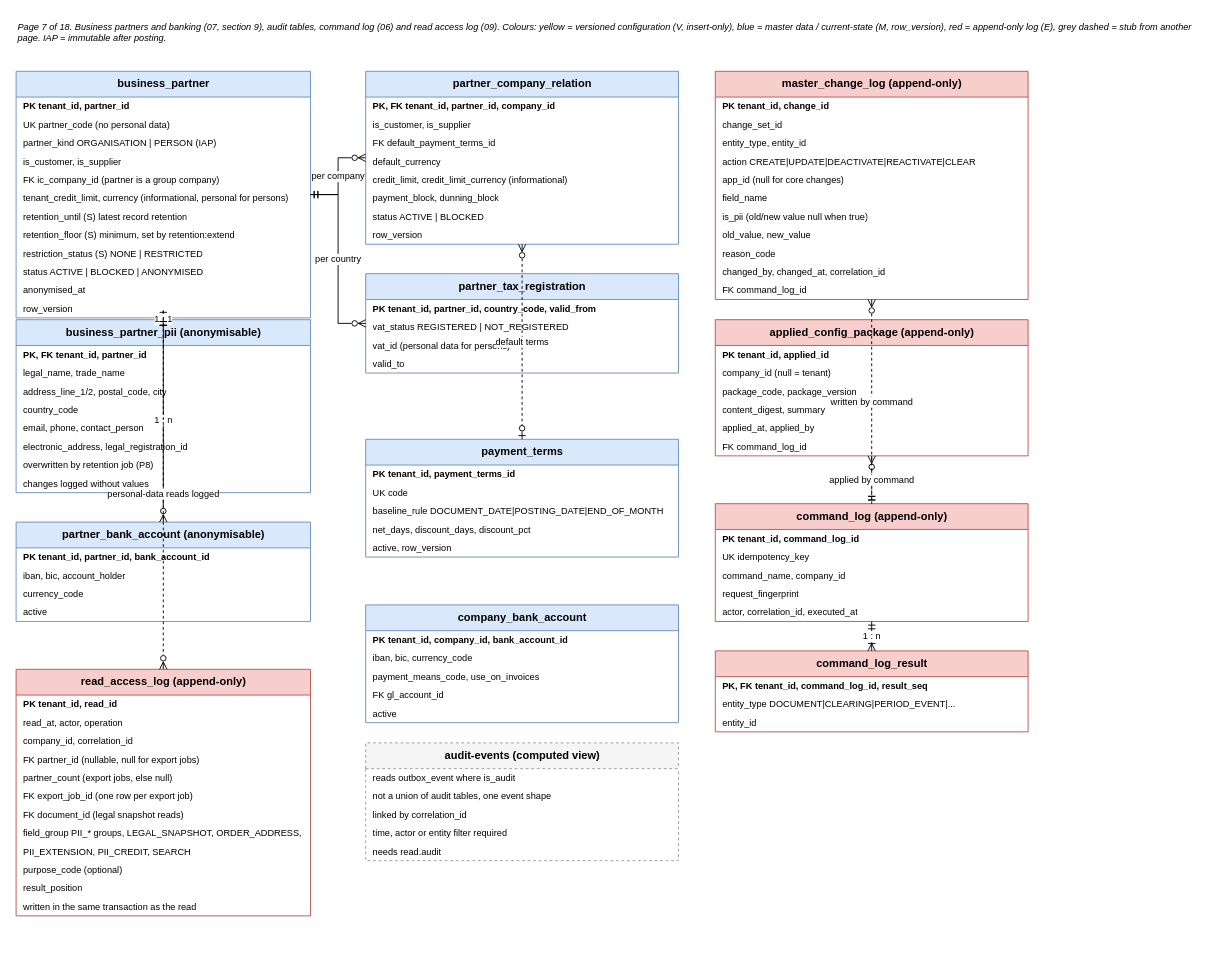
Earlier version of the draw.io diagram page "Partners, audit and command log" (7 of 18) of 02-journal-document-core-erd.drawio (permehlamby/LeanCoreERP). Source tidied: cells renumbered, new cells numbered last; positions are measured from the earlier drawing's top-left corner, leaving out a move shared by most shapes. Both pictures are drawn from the tidied source at 92%, with x=0, y=0 at pixel (16, 16).
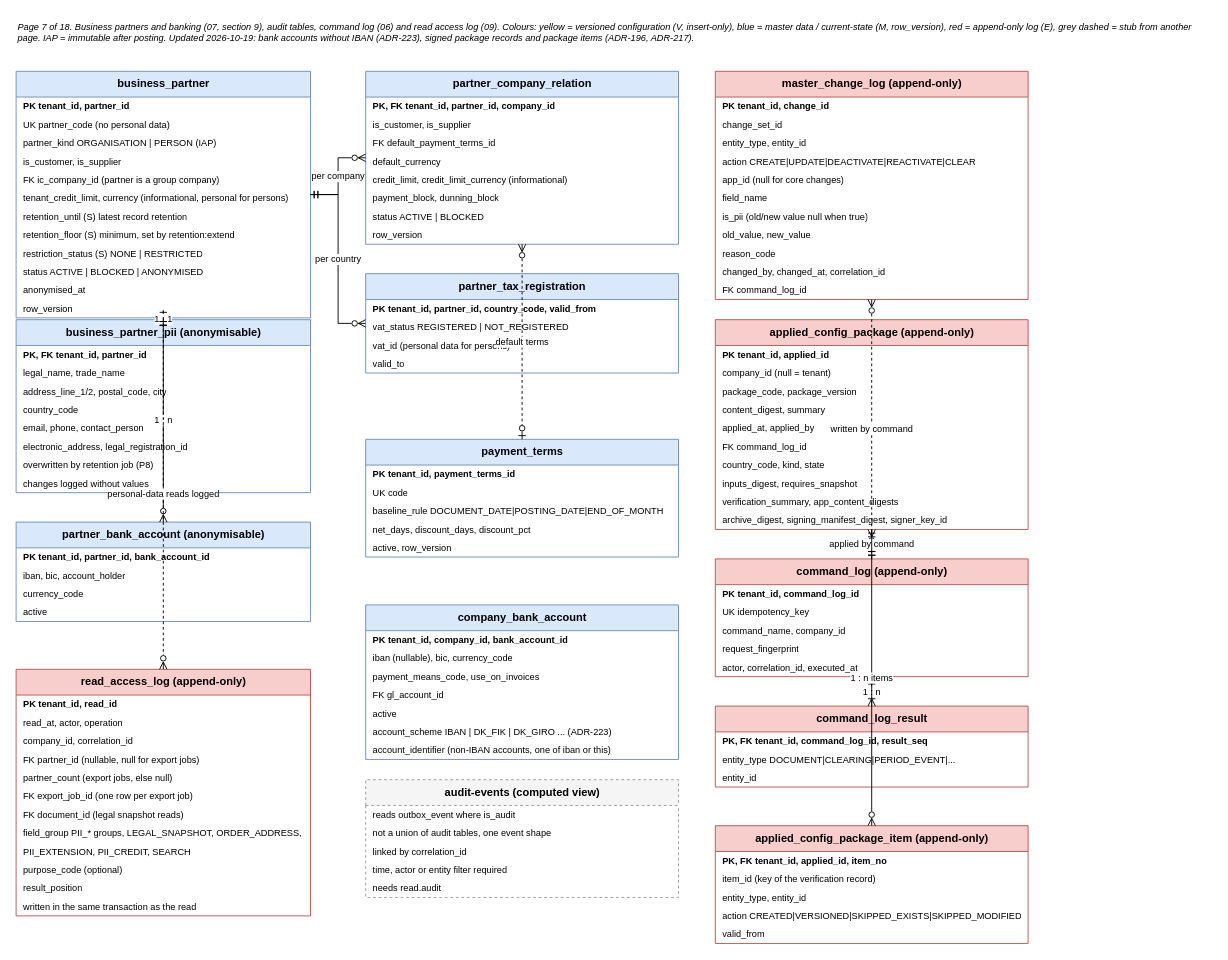
The same diagram, later.

What changed in the source:
```diff
@@
-    <mxCell id="2" value="Page 7 of 18. Business partners and banking (07, section 9), audit tables, command log (06) and read access log (09). Colours: yellow = versioned configuration (V, insert-only), blue = master data / current-state (M, row_version), red = append-only log (E), grey dashed = stub from another page. IAP = immutable after posting." style="text;html=1;align=left;fontSize=10;fontStyle=2;whiteSpace=wrap;" parent="1" vertex="1">
+    <mxCell id="2" value="Page 7 of 18. Business partners and banking (07, section 9), audit tables, command log (06) and read access log (09). Colours: yellow = versioned configuration (V, insert-only), blue = master data / current-state (M, row_version), red = append-only log (E), grey dashed = stub from another page. IAP = immutable after posting. Updated 2026-10-19: bank accounts without IBAN (ADR-223), signed package records and package items (ADR-196, ADR-217)." style="text;html=1;align=left;fontSize=10;fontStyle=2;whiteSpace=wrap;" parent="1" vertex="1">
       <mxGeometry width="1300" height="30" as="geometry" />
     </mxCell>
@@
     <mxCell id="50" value="company_bank_account" style="swimlane;fontStyle=1;horizontal=1;startSize=28;html=1;fillColor=#dae8fc;strokeColor=#6c8ebf;fontSize=12;" parent="1" vertex="1">
-      <mxGeometry x="380" y="640" width="340" height="128" as="geometry" />
+      <mxGeometry x="380" y="640" width="340" height="168" as="geometry" />
     </mxCell>
@@
-    <mxCell id="52" value="iban, bic, currency_code" style="text;strokeColor=none;fillColor=none;align=left;verticalAlign=middle;spacingLeft=6;spacingRight=4;overflow=hidden;html=1;fontSize=10;" parent="50" vertex="1">
+    <mxCell id="52" value="iban (nullable), bic, currency_code" style="text;strokeColor=none;fillColor=none;align=left;verticalAlign=middle;spacingLeft=6;spacingRight=4;overflow=hidden;html=1;fontSize=10;" parent="50" vertex="1">
       <mxGeometry y="48" width="340" height="20" as="geometry" />
     </mxCell>
@@
     <mxCell id="68" value="applied_config_package  (append-only)" style="swimlane;fontStyle=1;horizontal=1;startSize=28;html=1;fillColor=#f8cecc;strokeColor=#b85450;fontSize=12;" parent="1" vertex="1">
-      <mxGeometry x="760" y="330" width="340" height="148" as="geometry" />
+      <mxGeometry x="760" y="330" width="340" height="228" as="geometry" />
     </mxCell>
@@
     <mxCell id="75" value="command_log  (append-only)" style="swimlane;fontStyle=1;horizontal=1;startSize=28;html=1;fillColor=#f8cecc;strokeColor=#b85450;fontSize=12;" parent="1" vertex="1">
-      <mxGeometry x="760" y="530" width="340" height="128" as="geometry" />
+      <mxGeometry x="760" y="590" width="340" height="128" as="geometry" />
     </mxCell>
@@
     <mxCell id="81" value="command_log_result" style="swimlane;fontStyle=1;horizontal=1;startSize=28;html=1;fillColor=#f8cecc;strokeColor=#b85450;fontSize=12;" parent="1" vertex="1">
-      <mxGeometry x="760" y="690" width="340" height="88" as="geometry" />
+      <mxGeometry x="760" y="750" width="340" height="88" as="geometry" />
     </mxCell>
@@
     <mxCell id="106" value="audit-events  (computed view)" style="swimlane;fontStyle=1;horizontal=1;startSize=28;html=1;fillColor=#f5f5f5;strokeColor=#999999;fontSize=12;dashed=1;" parent="1" vertex="1">
-      <mxGeometry x="380" y="790" width="340" height="128" as="geometry" />
+      <mxGeometry x="380" y="830" width="340" height="128" as="geometry" />
     </mxCell>
@@
+    <mxCell id="113" value="account_scheme  IBAN | DK_FIK | DK_GIRO ...  (ADR-223)" style="text;strokeColor=none;fillColor=none;align=left;verticalAlign=middle;spacingLeft=6;spacingRight=4;overflow=hidden;html=1;fontSize=10;" parent="50" vertex="1">
+      <mxGeometry y="128" width="340" height="20" as="geometry" />
+    </mxCell>
+    <mxCell id="114" value="account_identifier  (non-IBAN accounts, one of iban or this)" style="text;strokeColor=none;fillColor=none;align=left;verticalAlign=middle;spacingLeft=6;spacingRight=4;overflow=hidden;html=1;fontSize=10;" parent="50" vertex="1">
+      <mxGeometry y="148" width="340" height="20" as="geometry" />
+    </mxCell>
+    <mxCell id="115" value="country_code, kind, state" style="text;strokeColor=none;fillColor=none;align=left;verticalAlign=middle;spacingLeft=6;spacingRight=4;overflow=hidden;html=1;fontSize=10;" parent="68" vertex="1">
+      <mxGeometry y="148" width="340" height="20" as="geometry" />
+    </mxCell>
+    <mxCell id="116" value="inputs_digest, requires_snapshot" style="text;strokeColor=none;fillColor=none;align=left;verticalAlign=middle;spacingLeft=6;spacingRight=4;overflow=hidden;html=1;fontSize=10;" parent="68" vertex="1">
+      <mxGeometry y="168" width="340" height="20" as="geometry" />
+    </mxCell>
+    <mxCell id="117" value="verification_summary, app_content_digests" style="text;strokeColor=none;fillColor=none;align=left;verticalAlign=middle;spacingLeft=6;spacingRight=4;overflow=hidden;html=1;fontSize=10;" parent="68" vertex="1">
+      <mxGeometry y="188" width="340" height="20" as="geometry" />
+    </mxCell>
+    <mxCell id="118" value="archive_digest, signing_manifest_digest, signer_key_id" style="text;strokeColor=none;fillColor=none;align=left;verticalAlign=middle;spacingLeft=6;spacingRight=4;overflow=hidden;html=1;fontSize=10;" parent="68" vertex="1">
+      <mxGeometry y="208" width="340" height="20" as="geometry" />
+    </mxCell>
+    <mxCell id="119" value="applied_config_package_item  (append-only)" style="swimlane;fontStyle=1;horizontal=1;startSize=28;html=1;fillColor=#f8cecc;strokeColor=#b85450;fontSize=12;" parent="1" vertex="1">
+      <mxGeometry x="760" y="880" width="340" height="128" as="geometry" />
+    </mxCell>
+    <mxCell id="120" value="PK, FK  tenant_id, applied_id, item_no" style="text;strokeColor=none;fillColor=none;align=left;verticalAlign=middle;spacingLeft=6;spacingRight=4;overflow=hidden;html=1;fontSize=10;fontStyle=1;" parent="119" vertex="1">
+      <mxGeometry y="28" width="340" height="20" as="geometry" />
+    </mxCell>
+    <mxCell id="121" value="item_id  (key of the verification record)" style="text;strokeColor=none;fillColor=none;align=left;verticalAlign=middle;spacingLeft=6;spacingRight=4;overflow=hidden;html=1;fontSize=10;" parent="119" vertex="1">
+      <mxGeometry y="48" width="340" height="20" as="geometry" />
+    </mxCell>
+    <mxCell id="122" value="entity_type, entity_id" style="text;strokeColor=none;fillColor=none;align=left;verticalAlign=middle;spacingLeft=6;spacingRight=4;overflow=hidden;html=1;fontSize=10;" parent="119" vertex="1">
+      <mxGeometry y="68" width="340" height="20" as="geometry" />
+    </mxCell>
+    <mxCell id="123" value="action  CREATED|VERSIONED|SKIPPED_EXISTS|SKIPPED_MODIFIED" style="text;strokeColor=none;fillColor=none;align=left;verticalAlign=middle;spacingLeft=6;spacingRight=4;overflow=hidden;html=1;fontSize=10;" parent="119" vertex="1">
+      <mxGeometry y="88" width="340" height="20" as="geometry" />
+    </mxCell>
+    <mxCell id="124" value="valid_from" style="text;strokeColor=none;fillColor=none;align=left;verticalAlign=middle;spacingLeft=6;spacingRight=4;overflow=hidden;html=1;fontSize=10;" parent="119" vertex="1">
+      <mxGeometry y="108" width="340" height="20" as="geometry" />
+    </mxCell>
+    <mxCell id="125" value="1 : n items" style="edgeStyle=orthogonalEdgeStyle;html=1;rounded=0;endArrow=ERzeroToMany;startArrow=ERmandOne;endFill=0;startFill=0;fontSize=10;" parent="1" edge="1" source="68" target="119">
+      <mxGeometry relative="1" as="geometry" />
+    </mxCell>
```
